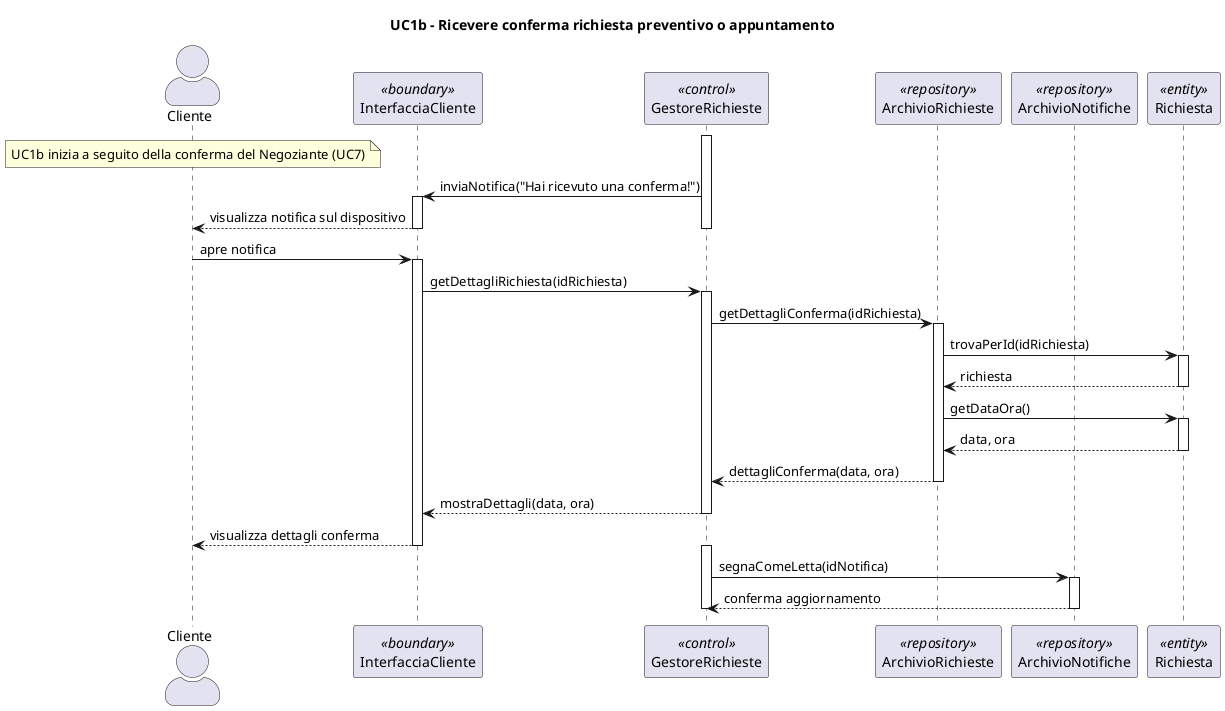
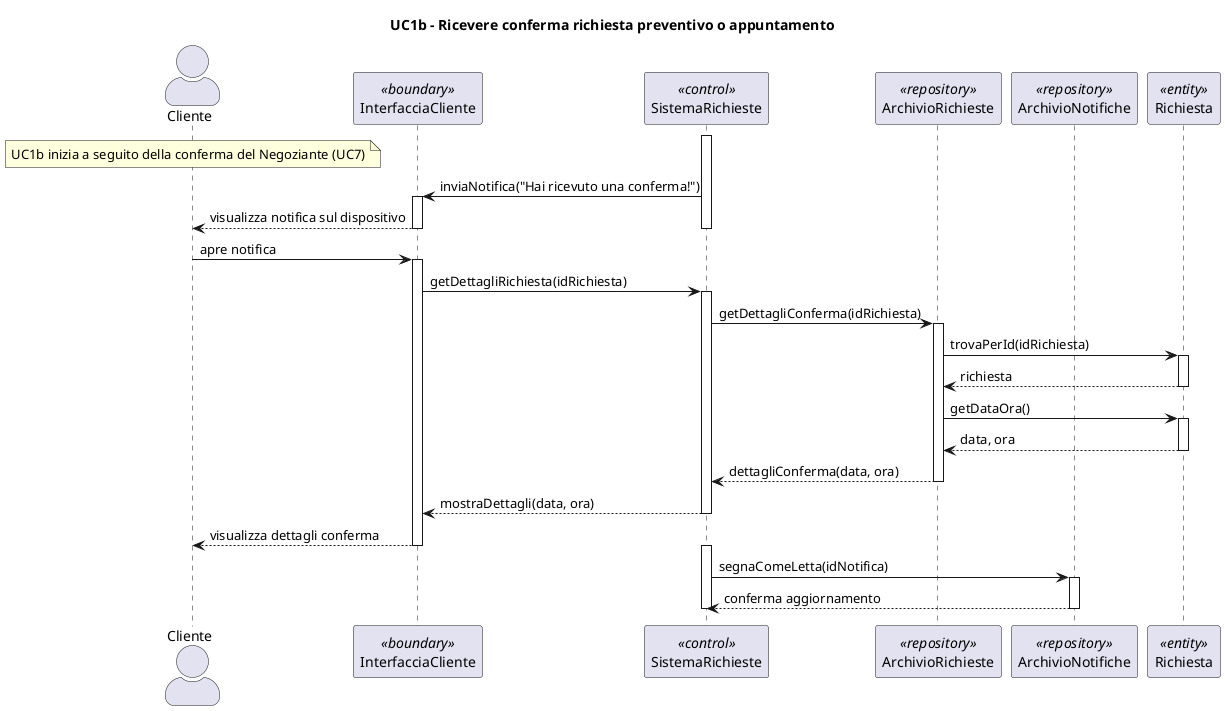
@startuml

skinparam actorStyle awesome

title UC1b - Ricevere conferma richiesta preventivo o appuntamento

actor Cliente
participant "InterfacciaCliente" as BoundaryCli <<boundary>>
- participant "GestoreRichieste" as Control <<control>>
+ participant "SistemaRichieste" as Control <<control>>
participant "ArchivioRichieste" as RepoRichiesta <<repository>>
participant "ArchivioNotifiche" as RepoNotifica <<repository>>
participant "Richiesta" as Richiesta <<entity>>

note over Cliente : UC1b inizia a seguito della conferma del Negoziante (UC7)

activate Control
Control -> BoundaryCli : inviaNotifica("Hai ricevuto una conferma!")
activate BoundaryCli
BoundaryCli --> Cliente : visualizza notifica sul dispositivo
deactivate BoundaryCli
deactivate Control

Cliente -> BoundaryCli : apre notifica
activate BoundaryCli
BoundaryCli -> Control : getDettagliRichiesta(idRichiesta)
activate Control

Control -> RepoRichiesta : getDettagliConferma(idRichiesta)
activate RepoRichiesta

RepoRichiesta -> Richiesta : trovaPerId(idRichiesta)
activate Richiesta
Richiesta --> RepoRichiesta : richiesta
deactivate Richiesta

RepoRichiesta -> Richiesta : getDataOra()
activate Richiesta
Richiesta --> RepoRichiesta : data, ora
deactivate Richiesta

RepoRichiesta --> Control : dettagliConferma(data, ora)
deactivate RepoRichiesta

Control --> BoundaryCli : mostraDettagli(data, ora)
deactivate Control
BoundaryCli --> Cliente : visualizza dettagli conferma
deactivate BoundaryCli

activate Control
Control -> RepoNotifica : segnaComeLetta(idNotifica)
activate RepoNotifica
RepoNotifica --> Control : conferma aggiornamento
deactivate RepoNotifica
deactivate Control

@enduml